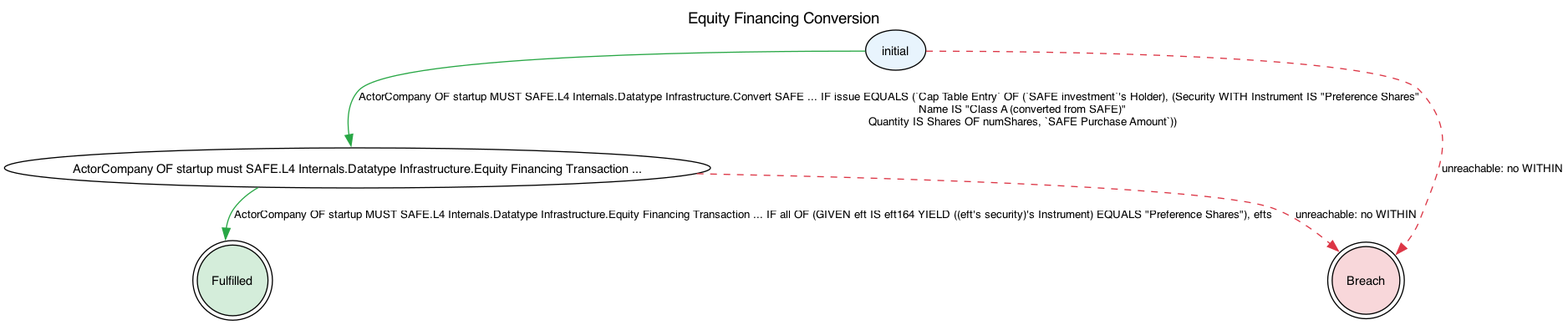
The Graphviz diagram jl4/examples/state-graphs/EquityFinancingConversion.png in legalese/l4-ide, before a commit. Its source is kept beside it as jl4/examples/state-graphs/EquityFinancingConversion.dot. Its diagram source:
```dot
digraph {
    graph [rankdir=TB
          ,label="Equity Financing Conversion"
          ,labelloc=t
          ,fontname=Helvetica
          ,fontsize=14];
    node [fontname=Helvetica
         ,fontsize=11];
    edge [fontname=Helvetica
         ,fontsize=10];
    0 [label=initial
      ,fillcolor=white
      ,style=filled
      ,shape=ellipse
      ,fillcolor="#e8f4fd"];
    1 [label="ActorCompany OF startup must SAFE.L4 Internals.Datatype Infrastructure.Equity Financing Transaction ..."
      ,fillcolor=white
      ,style=filled
      ,shape=ellipse
      ,fillcolor="#ffffff"];
    2 [label=Fulfilled
      ,fillcolor=white
      ,style=filled
      ,shape=doublecircle
      ,fillcolor="#d4edda"];
    3 [label=Breach
      ,fillcolor=white
      ,style=filled
      ,shape=doublecircle
      ,fillcolor="#f8d7da"];
    0 -> 1 [label="ActorCompany OF startup MUST SAFE.L4 Internals.Datatype Infrastructure.Convert SAFE ... IF issue EQUALS (`Cap Table Entry` OF (`SAFE investment`'s Holder), (Security WITH Instrument IS \"Preference Shares\"\n                                                                                Name IS \"Class A (converted from SAFE)\"\n                                                                                Quantity IS Shares OF numShares, `SAFE Purchase Amount`))"
           ,color="#28a745"
           ,style=solid];
    0 -> 3 [label="unreachable: no WITHIN"
           ,color="#dc3545"
           ,style=dashed];
    1 -> 2 [label="ActorCompany OF startup MUST SAFE.L4 Internals.Datatype Infrastructure.Equity Financing Transaction ... IF all OF (GIVEN eft IS eft164 YIELD ((eft's security)'s Instrument) EQUALS \"Preference Shares\"), efts"
           ,color="#28a745"
           ,style=solid];
    1 -> 3 [label="unreachable: no WITHIN"
           ,color="#dc3545"
           ,style=dashed];
}
```
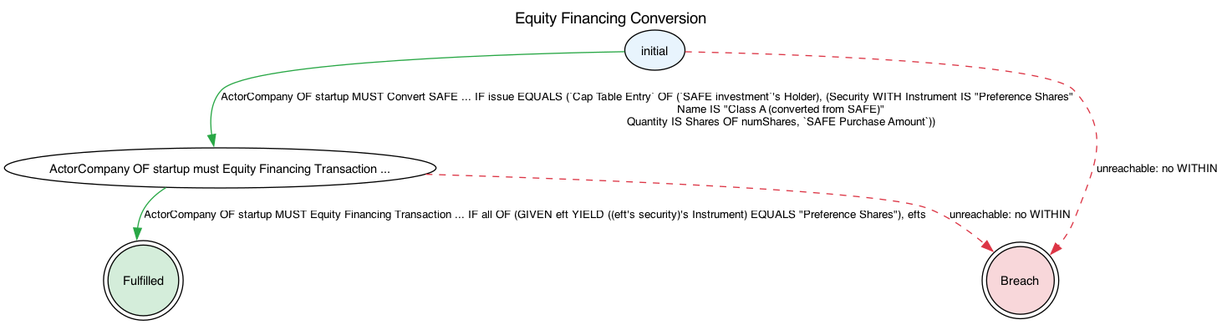
The same file after the commit.

The edit, as a diff of the source:
```diff
@@ -13,7 +13,7 @@
       ,style=filled
       ,shape=ellipse
       ,fillcolor="#e8f4fd"];
-    1 [label="ActorCompany OF startup must SAFE.L4 Internals.Datatype Infrastructure.Equity Financing Transaction ..."
+    1 [label="ActorCompany OF startup must Equity Financing Transaction ..."
       ,fillcolor=white
       ,style=filled
       ,shape=ellipse
@@ -28,13 +28,13 @@
       ,style=filled
       ,shape=doublecircle
       ,fillcolor="#f8d7da"];
-    0 -> 1 [label="ActorCompany OF startup MUST SAFE.L4 Internals.Datatype Infrastructure.Convert SAFE ... IF issue EQUALS (`Cap Table Entry` OF (`SAFE investment`'s Holder), (Security WITH Instrument IS \"Preference Shares\"\n                                                                                Name IS \"Class A (converted from SAFE)\"\n                                                                                Quantity IS Shares OF numShares, `SAFE Purchase Amount`))"
+    0 -> 1 [label="ActorCompany OF startup MUST Convert SAFE ... IF issue EQUALS (`Cap Table Entry` OF (`SAFE investment`'s Holder), (Security WITH Instrument IS \"Preference Shares\"\n                                                                                Name IS \"Class A (converted from SAFE)\"\n                                                                                Quantity IS Shares OF numShares, `SAFE Purchase Amount`))"
            ,color="#28a745"
            ,style=solid];
     0 -> 3 [label="unreachable: no WITHIN"
            ,color="#dc3545"
            ,style=dashed];
-    1 -> 2 [label="ActorCompany OF startup MUST SAFE.L4 Internals.Datatype Infrastructure.Equity Financing Transaction ... IF all OF (GIVEN eft IS eft164 YIELD ((eft's security)'s Instrument) EQUALS \"Preference Shares\"), efts"
+    1 -> 2 [label="ActorCompany OF startup MUST Equity Financing Transaction ... IF all OF (GIVEN eft YIELD ((eft's security)'s Instrument) EQUALS \"Preference Shares\"), efts"
            ,color="#28a745"
            ,style=solid];
     1 -> 3 [label="unreachable: no WITHIN"
```
